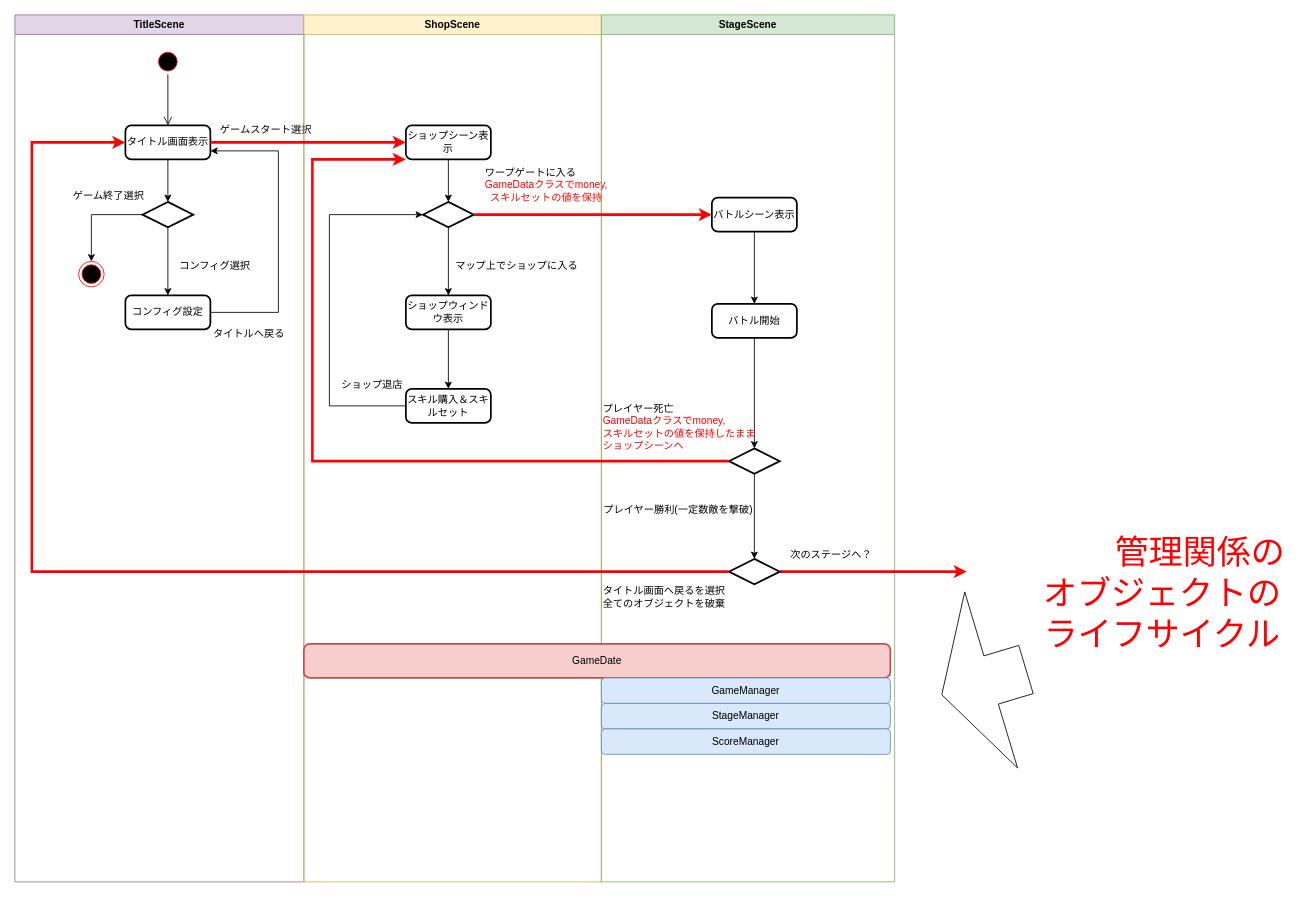
cat-yyy/myportfolio keeps this draw.io diagram as TeamBProject_Sceneflow.drawio. Above is the earlier version. Source tidied: cells renumbered, new cells numbered last; positions are measured from the earlier drawing's top-left corner, leaving out a move shared by most shapes. Both pictures are drawn from the tidied source at 85%, with x=0, y=0 at pixel (14, 14).
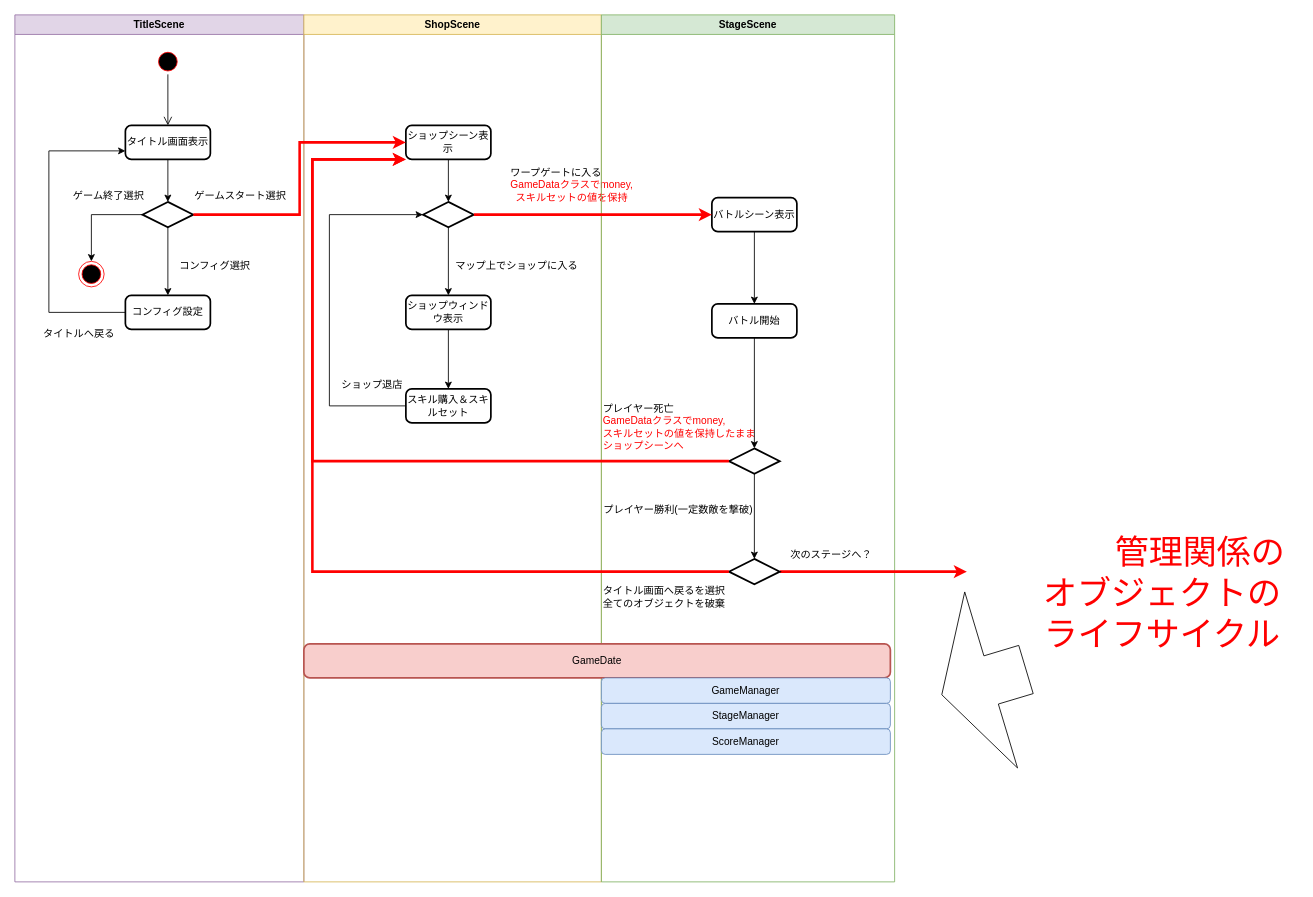
The same page after the edit.

Commit message:
TeamBProject_Sceneflow.drawio を更新します

The change refers to these unchanged cells:
```xml
<mxCell id="2" value="TitleScene" style="swimlane;whiteSpace=wrap;html=1;fillColor=#e1d5e7;strokeColor=#9673a6;" parent="1" vertex="1">
  <mxGeometry width="340" height="1020" as="geometry" />
</mxCell>
<mxCell id="6" value="タイトル画面表示" style="rounded=1;whiteSpace=wrap;html=1;absoluteArcSize=1;arcSize=14;strokeWidth=2;" parent="2" vertex="1">
  <mxGeometry x="130" y="130" width="100" height="40" as="geometry" />
</mxCell>
<mxCell id="9" style="strokeWidth=2;html=1;shape=mxgraph.flowchart.decision;whiteSpace=wrap;" parent="2" vertex="1">
  <mxGeometry x="150" y="220" width="60" height="30" as="geometry" />
</mxCell>
<mxCell id="11" value="コンフィグ設定" style="rounded=1;whiteSpace=wrap;html=1;absoluteArcSize=1;arcSize=14;strokeWidth=2;" parent="2" vertex="1">
  <mxGeometry x="130" y="330" width="100" height="40" as="geometry" />
</mxCell>
<mxCell id="17" value="ShopScene" style="swimlane;whiteSpace=wrap;html=1;fillColor=#fff2cc;strokeColor=#d6b656;" parent="1" vertex="1">
  <mxGeometry x="340" width="350" height="1020" as="geometry" />
</mxCell>
<mxCell id="19" value="ショップシーン表示" style="rounded=1;whiteSpace=wrap;html=1;absoluteArcSize=1;arcSize=14;strokeWidth=2;" parent="17" vertex="1">
  <mxGeometry x="120" y="130" width="100" height="40" as="geometry" />
</mxCell>
<mxCell id="38" style="strokeWidth=2;html=1;shape=mxgraph.flowchart.decision;whiteSpace=wrap;" parent="29" vertex="1">
  <mxGeometry x="150" y="640" width="60" height="30" as="geometry" />
</mxCell>
```

The edit, as a diff of the source:
```diff
@@
-    <mxCell id="10" style="edgeStyle=orthogonalEdgeStyle;rounded=0;jettySize=auto;html=1;entryX=1;entryY=0.75;entryDx=0;entryDy=0;" parent="2" edge="1" source="11" target="6">
+    <mxCell id="10" style="edgeStyle=orthogonalEdgeStyle;rounded=0;jettySize=auto;html=1;entryX=0;entryY=0.75;entryDx=0;entryDy=0;" parent="2" edge="1" source="11" target="6">
       <mxGeometry relative="1" as="geometry">
         <Array as="points">
-          <mxPoint x="310" y="350" />
-          <mxPoint x="310" y="160" />
+          <mxPoint x="40" y="350" />
+          <mxPoint x="40" y="160" />
         </Array>
       </mxGeometry>
     </mxCell>
@@
     <mxCell id="12" value="ゲームスタート選択" style="text;html=1;align=center;verticalAlign=middle;strokeColor=none;fillColor=none;" parent="2" vertex="1">
-      <mxGeometry x="230" y="120" width="130" height="30" as="geometry" />
+      <mxGeometry x="200" y="198" width="130" height="30" as="geometry" />
     </mxCell>
@@
     <mxCell id="16" value="タイトルへ戻る" style="text;html=1;align=center;verticalAlign=middle;strokeColor=none;fillColor=none;" parent="2" vertex="1">
-      <mxGeometry x="220" y="360" width="110" height="30" as="geometry" />
+      <mxGeometry x="20" y="360" width="110" height="30" as="geometry" />
     </mxCell>
@@
     <mxCell id="28" value="&lt;div style=&quot;text-align: left;&quot;&gt;&lt;span style=&quot;background-color: transparent; color: light-dark(rgb(0, 0, 0), rgb(255, 255, 255));&quot;&gt;ワープゲートに入る&amp;nbsp;&lt;/span&gt;&lt;/div&gt;&lt;div&gt;&lt;font style=&quot;color: rgb(255, 0, 0);&quot;&gt;GameDataクラスでmoney,&lt;/font&gt;&lt;/div&gt;&lt;div&gt;&lt;font style=&quot;color: rgb(255, 0, 0);&quot;&gt;スキルセットの値を保持&lt;/font&gt;&lt;/div&gt;" style="text;html=1;align=center;verticalAlign=middle;strokeColor=none;fillColor=none;" parent="17" vertex="1">
-      <mxGeometry x="200" y="170" width="170" height="60" as="geometry" />
+      <mxGeometry x="230" y="170" width="170" height="60" as="geometry" />
     </mxCell>
@@
-    <mxCell id="46" style="edgeStyle=orthogonalEdgeStyle;rounded=0;jettySize=auto;html=1;entryX=0;entryY=0.5;entryDx=0;entryDy=0;strokeColor=#FF0000;strokeWidth=3;" parent="1" edge="1" source="6" target="19">
-      <mxGeometry relative="1" as="geometry" />
-    </mxCell>
@@
-    <mxCell id="50" style="edgeStyle=orthogonalEdgeStyle;rounded=0;jettySize=auto;html=1;entryX=0;entryY=0.5;entryDx=0;entryDy=0;exitX=0;exitY=0.5;exitDx=0;exitDy=0;exitPerimeter=0;strokeColor=#FF0000;strokeWidth=3;" parent="1" edge="1" source="38" target="6">
-      <mxGeometry relative="1" as="geometry">
-        <Array as="points">
-          <mxPoint x="20" y="655" />
-          <mxPoint x="20" y="150" />
-        </Array>
-      </mxGeometry>
-    </mxCell>
@@
+    <mxCell id="52" style="edgeStyle=orthogonalEdgeStyle;rounded=0;jettySize=auto;html=1;exitX=1;exitY=0.5;exitDx=0;exitDy=0;exitPerimeter=0;entryX=0;entryY=0.5;entryDx=0;entryDy=0;strokeColor=#FF0000;strokeWidth=3;" parent="1" edge="1" source="9" target="19">
+      <mxGeometry relative="1" as="geometry" />
+    </mxCell>
+    <mxCell id="53" style="edgeStyle=orthogonalEdgeStyle;rounded=0;jettySize=auto;html=1;exitX=0;exitY=0.5;exitDx=0;exitDy=0;exitPerimeter=0;strokeWidth=3;strokeColor=#FF0000;entryX=0;entryY=1;entryDx=0;entryDy=0;" parent="1" edge="1" source="38" target="19">
+      <mxGeometry relative="1" as="geometry">
+        <Array as="points">
+          <mxPoint x="350" y="655" />
+          <mxPoint x="350" y="170" />
+        </Array>
+      </mxGeometry>
+    </mxCell>
```
